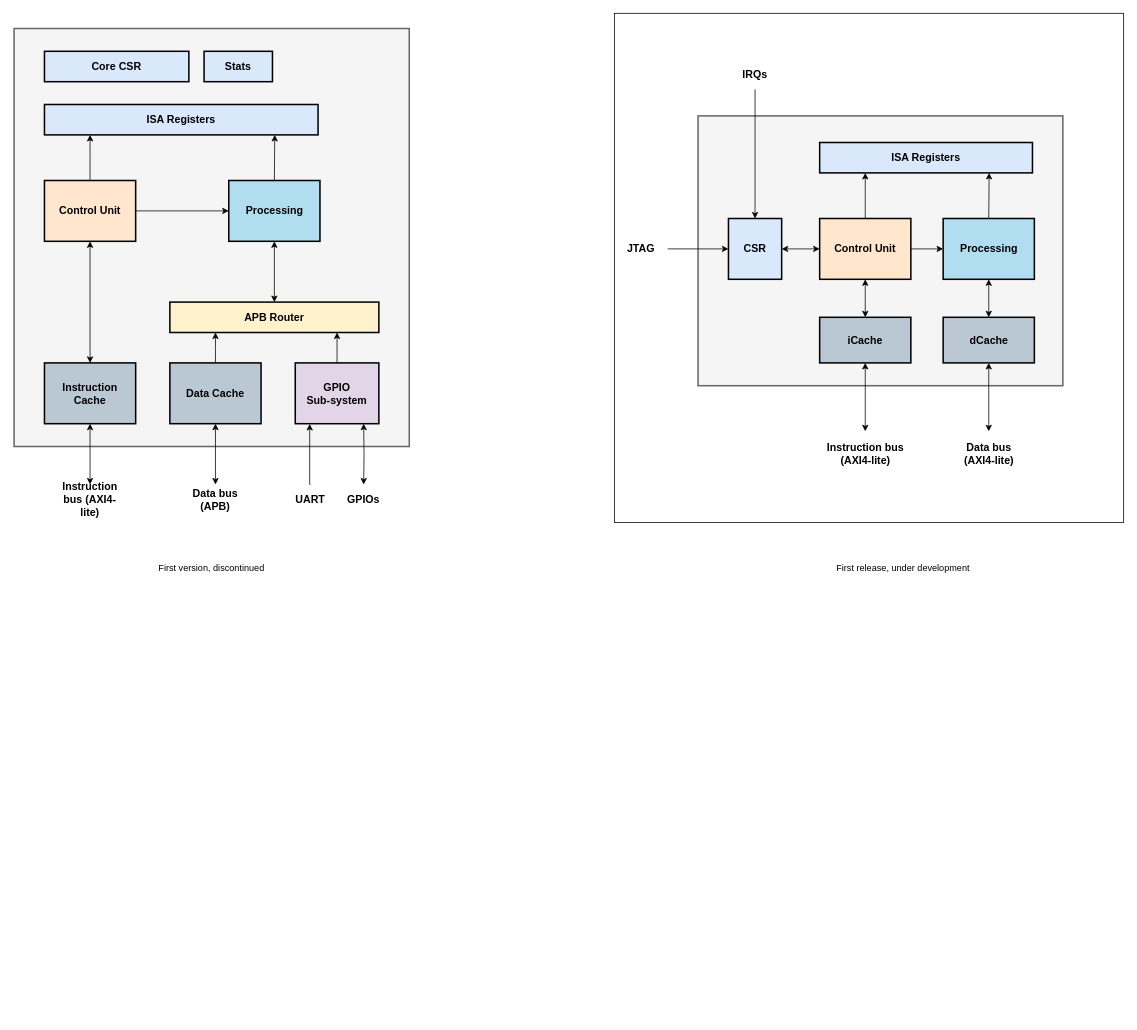
Before: page "Core/Platform" (1 of 8) of doc/friscv.drawio in dpretet/friscv, a draw.io diagram. Source tidied: cells renumbered, new cells numbered last; positions are measured from the earlier drawing's top-left corner, leaving out a move shared by most shapes. Both pictures are drawn from the tidied source at 76%, with x=0, y=0 at pixel (14, 13).
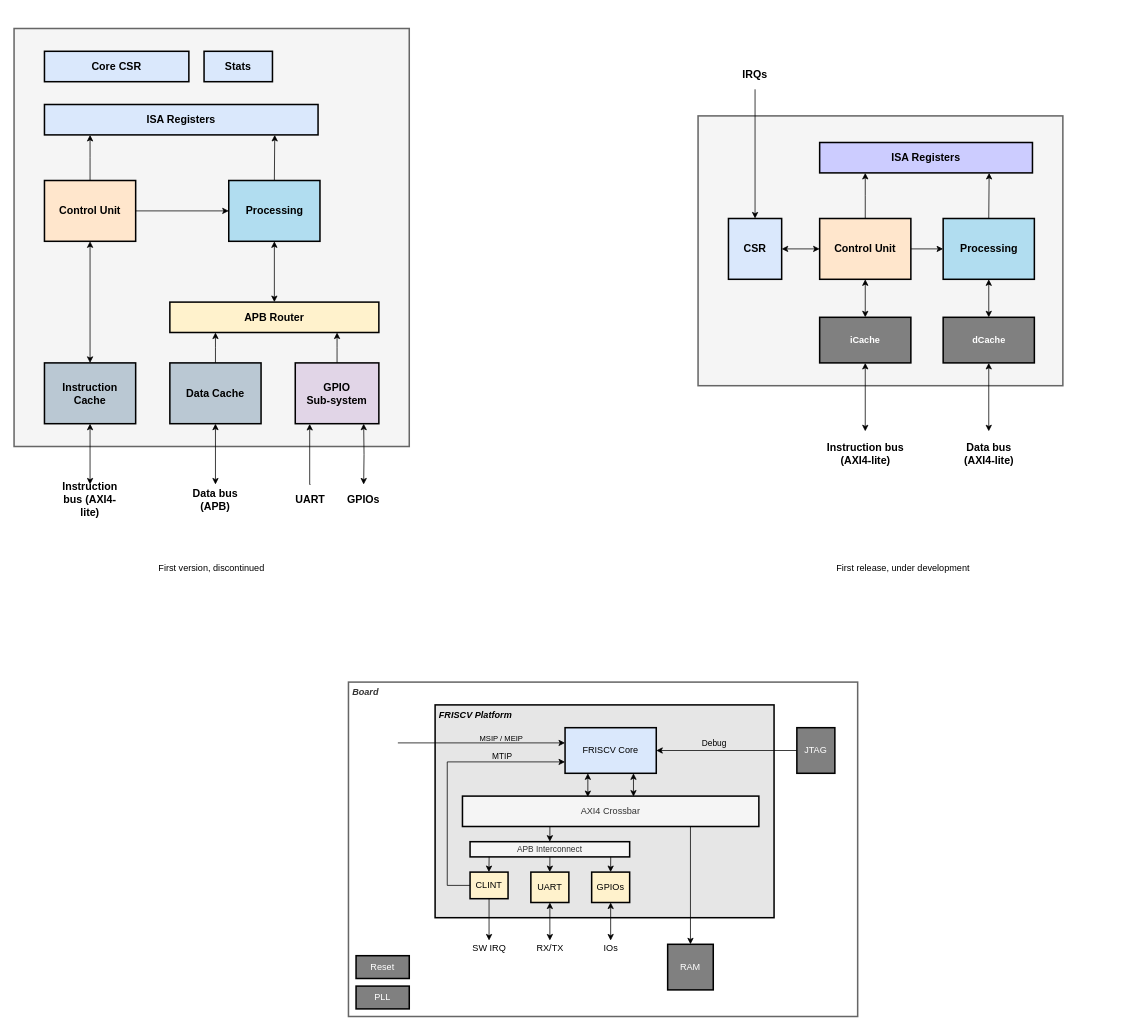
Above is the later version.

The change refers to these unchanged cells:
```xml
<mxCell id="44" value="CSR" style="rounded=0;whiteSpace=wrap;html=1;fillColor=#dae8fc;strokeWidth=2;fontSize=14;fontStyle=1;" parent="1" vertex="1">
  <mxGeometry x="940" y="270" width="70" height="80" as="geometry" />
</mxCell>
```

Change to the diagram source:
```diff
@@
-    <mxCell id="2" style="whiteSpace=wrap;html=1;" parent="1" vertex="1">
-      <mxGeometry x="790" width="670" height="670" as="geometry" />
-    </mxCell>
@@
-    <mxCell id="39" value="ISA Registers" style="rounded=0;whiteSpace=wrap;html=1;fillColor=#dae8fc;strokeWidth=2;fontSize=14;fontStyle=1;" parent="1" vertex="1">
+    <mxCell id="39" value="ISA Registers" style="rounded=0;whiteSpace=wrap;html=1;fillColor=#CCCCFF;strokeWidth=2;fontSize=14;fontStyle=1;" parent="1" vertex="1">
       <mxGeometry x="1060" y="170" width="280" height="40" as="geometry" />
     </mxCell>
@@
-    <mxCell id="42" style="edgeStyle=orthogonalEdgeStyle;rounded=0;jettySize=auto;html=1;exitX=1;exitY=0.5;exitDx=0;exitDy=0;startArrow=none;startFill=0;fontSize=14;entryX=0;entryY=0.5;entryDx=0;entryDy=0;" parent="1" edge="1" source="45" target="44">
-      <mxGeometry relative="1" as="geometry" />
-    </mxCell>
@@
-    <mxCell id="45" value="JTAG" style="text;html=1;strokeColor=none;fillColor=none;align=center;verticalAlign=middle;whiteSpace=wrap;rounded=0;fontStyle=1;fontSize=14;" parent="1" vertex="1">
-      <mxGeometry x="790" y="290" width="70" height="40" as="geometry" />
-    </mxCell>
-    <mxCell id="46" value="iCache" style="rounded=0;whiteSpace=wrap;html=1;fillColor=#bac8d3;strokeWidth=2;fontSize=14;fontStyle=1;" parent="1" vertex="1">
+    <mxCell id="46" value="iCache" style="rounded=0;whiteSpace=wrap;html=1;fillColor=#808080;strokeWidth=2;fontSize=12;fontStyle=1;fontColor=#FFFFFF;" parent="1" vertex="1">
       <mxGeometry x="1060" y="400" width="120" height="60" as="geometry" />
     </mxCell>
-    <mxCell id="47" value="dCache" style="rounded=0;whiteSpace=wrap;html=1;fillColor=#bac8d3;strokeWidth=2;fontSize=14;fontStyle=1;" parent="1" vertex="1">
+    <mxCell id="47" value="dCache" style="rounded=0;whiteSpace=wrap;html=1;fillColor=#808080;strokeWidth=2;fontSize=12;fontStyle=1;fontColor=#FFFFFF;" parent="1" vertex="1">
       <mxGeometry x="1222.5" y="400" width="120" height="60" as="geometry" />
     </mxCell>
@@
+    <mxCell id="52" value="&amp;nbsp;Board" style="rounded=0;whiteSpace=wrap;html=1;align=left;verticalAlign=top;fontStyle=3;fillColor=#FFFFFF;strokeColor=#666666;fontColor=#333333;strokeWidth=2;" parent="1" vertex="1">
+      <mxGeometry x="440" y="880" width="670" height="440" as="geometry" />
+    </mxCell>
+    <mxCell id="53" value="&amp;nbsp;FRISCV Platform" style="rounded=0;whiteSpace=wrap;html=1;align=left;verticalAlign=top;fontStyle=3;strokeWidth=2;fillColor=#E6E6E6;" parent="1" vertex="1">
+      <mxGeometry x="554" y="910" width="446" height="280" as="geometry" />
+    </mxCell>
+    <mxCell id="54" style="edgeStyle=orthogonalEdgeStyle;rounded=0;jettySize=auto;html=1;exitX=0.75;exitY=1;exitDx=0;exitDy=0;entryX=0.577;entryY=0.016;entryDx=0;entryDy=0;entryPerimeter=0;fontColor=#000000;startArrow=classic;startFill=1;" parent="1" edge="1" source="56" target="57">
+      <mxGeometry relative="1" as="geometry" />
+    </mxCell>
+    <mxCell id="55" style="edgeStyle=orthogonalEdgeStyle;rounded=0;jettySize=auto;html=1;exitX=0.25;exitY=1;exitDx=0;exitDy=0;entryX=0.423;entryY=0.033;entryDx=0;entryDy=0;entryPerimeter=0;fontColor=#000000;startArrow=classic;startFill=1;" parent="1" edge="1" source="56" target="57">
+      <mxGeometry relative="1" as="geometry" />
+    </mxCell>
+    <mxCell id="56" value="FRISCV Core" style="rounded=0;whiteSpace=wrap;html=1;strokeWidth=2;fillColor=#dae8fc;strokeColor=#000000;" parent="1" vertex="1">
+      <mxGeometry x="725" y="940" width="120" height="60" as="geometry" />
+    </mxCell>
+    <mxCell id="57" value="AXI4 Crossbar" style="rounded=0;whiteSpace=wrap;html=1;fillColor=#f5f5f5;fontColor=#333333;strokeWidth=2;" parent="1" vertex="1">
+      <mxGeometry x="590" y="1030" width="390" height="40" as="geometry" />
+    </mxCell>
+    <mxCell id="58" style="edgeStyle=orthogonalEdgeStyle;rounded=0;jettySize=auto;html=1;fontColor=#FFFFFF;exitX=0.5;exitY=1;exitDx=0;exitDy=0;" parent="1" edge="1" source="59" target="68">
+      <mxGeometry relative="1" as="geometry" />
+    </mxCell>
+    <mxCell id="59" value="CLINT" style="rounded=0;whiteSpace=wrap;html=1;fillColor=#fff2cc;strokeWidth=2;" parent="1" vertex="1">
+      <mxGeometry x="600" y="1130" width="50" height="35" as="geometry" />
+    </mxCell>
+    <mxCell id="60" value="UART" style="rounded=0;whiteSpace=wrap;html=1;fillColor=#fff2cc;strokeWidth=2;" parent="1" vertex="1">
+      <mxGeometry x="680" y="1130" width="50" height="40" as="geometry" />
+    </mxCell>
+    <mxCell id="61" style="edgeStyle=orthogonalEdgeStyle;rounded=0;jettySize=auto;html=1;exitX=0;exitY=0.5;exitDx=0;exitDy=0;entryX=0;entryY=0.75;entryDx=0;entryDy=0;fontColor=#FFFFFF;" parent="1" edge="1" source="59" target="56">
+      <mxGeometry relative="1" as="geometry">
+        <Array as="points">
+          <mxPoint x="570" y="1148" />
+          <mxPoint x="570" y="985" />
+        </Array>
+      </mxGeometry>
+    </mxCell>
+    <mxCell id="62" value="MTIP" style="edgeLabel;html=1;align=center;verticalAlign=middle;fontColor=#000000;spacing=2;labelBackgroundColor=none;" parent="61" vertex="1">
+      <mxGeometry x="0.68" y="1" relative="1" as="geometry">
+        <mxPoint x="-28" y="-7" as="offset" />
+      </mxGeometry>
+    </mxCell>
+    <mxCell id="63" value="GPIOs" style="rounded=0;whiteSpace=wrap;html=1;fillColor=#fff2cc;strokeWidth=2;" parent="1" vertex="1">
+      <mxGeometry x="760" y="1130" width="50" height="40" as="geometry" />
+    </mxCell>
+    <mxCell id="64" style="edgeStyle=orthogonalEdgeStyle;rounded=0;jettySize=auto;html=1;exitX=0.75;exitY=1;exitDx=0;exitDy=0;entryX=0.5;entryY=0;entryDx=0;entryDy=0;" parent="1" edge="1" source="57" target="65">
+      <mxGeometry relative="1" as="geometry">
+        <Array as="points">
+          <mxPoint x="890" y="1070" />
+        </Array>
+      </mxGeometry>
+    </mxCell>
+    <mxCell id="65" value="RAM" style="rounded=0;whiteSpace=wrap;html=1;fillColor=#808080;strokeWidth=2;fontColor=#FFFFFF;" parent="1" vertex="1">
+      <mxGeometry x="860" y="1225" width="60" height="60" as="geometry" />
+    </mxCell>
+    <mxCell id="66" value="PLL" style="rounded=0;whiteSpace=wrap;html=1;fillColor=#808080;strokeWidth=2;fontColor=#FFFFFF;" parent="1" vertex="1">
+      <mxGeometry x="450" y="1280" width="70" height="30" as="geometry" />
+    </mxCell>
+    <mxCell id="67" value="Reset" style="rounded=0;whiteSpace=wrap;html=1;fillColor=#808080;strokeWidth=2;fontColor=#FFFFFF;" parent="1" vertex="1">
+      <mxGeometry x="450" y="1240" width="70" height="30" as="geometry" />
+    </mxCell>
+    <mxCell id="68" value="SW IRQ" style="text;html=1;strokeColor=none;fillColor=none;align=center;verticalAlign=middle;whiteSpace=wrap;rounded=0;" parent="1" vertex="1">
+      <mxGeometry x="597.5" y="1220" width="55" height="20" as="geometry" />
+    </mxCell>
+    <mxCell id="69" style="edgeStyle=orthogonalEdgeStyle;rounded=0;jettySize=auto;html=1;fontColor=#000000;entryX=1;entryY=0.5;entryDx=0;entryDy=0;" parent="1" edge="1" source="45" target="56">
+      <mxGeometry relative="1" as="geometry" />
+    </mxCell>
+    <mxCell id="70" value="Debug" style="edgeLabel;html=1;align=center;verticalAlign=middle;fontColor=#000000;labelBackgroundColor=none;" parent="69" vertex="1">
+      <mxGeometry x="0.21" y="1" relative="1" as="geometry">
+        <mxPoint x="2" y="-11" as="offset" />
+      </mxGeometry>
+    </mxCell>
+    <mxCell id="45" value="JTAG" style="rounded=0;whiteSpace=wrap;html=1;fillColor=#808080;strokeWidth=2;fontColor=#FFFFFF;strokeColor=default;" parent="1" vertex="1">
+      <mxGeometry x="1030" y="940" width="50" height="60" as="geometry" />
+    </mxCell>
+    <mxCell id="71" style="edgeStyle=orthogonalEdgeStyle;rounded=0;jettySize=auto;html=1;exitX=0.5;exitY=0;exitDx=0;exitDy=0;entryX=0.5;entryY=1;entryDx=0;entryDy=0;fontColor=#000000;startArrow=classic;startFill=1;" parent="1" edge="1" source="72" target="60">
+      <mxGeometry relative="1" as="geometry" />
+    </mxCell>
+    <mxCell id="72" value="RX/TX" style="text;html=1;strokeColor=none;fillColor=none;align=center;verticalAlign=middle;whiteSpace=wrap;rounded=0;" parent="1" vertex="1">
+      <mxGeometry x="677.5" y="1220" width="55" height="20" as="geometry" />
+    </mxCell>
+    <mxCell id="73" style="edgeStyle=orthogonalEdgeStyle;rounded=0;jettySize=auto;html=1;exitX=0.5;exitY=0;exitDx=0;exitDy=0;fontColor=#000000;startArrow=classic;startFill=1;" parent="1" edge="1" source="74" target="63">
+      <mxGeometry relative="1" as="geometry" />
+    </mxCell>
+    <mxCell id="74" value="IOs" style="text;html=1;strokeColor=none;fillColor=none;align=center;verticalAlign=middle;whiteSpace=wrap;rounded=0;" parent="1" vertex="1">
+      <mxGeometry x="757.5" y="1220" width="55" height="20" as="geometry" />
+    </mxCell>
+    <mxCell id="75" style="edgeStyle=orthogonalEdgeStyle;rounded=0;jettySize=auto;html=1;exitX=0.295;exitY=0.984;exitDx=0;exitDy=0;startArrow=none;startFill=0;entryX=0.5;entryY=0;entryDx=0;entryDy=0;exitPerimeter=0;" parent="1" edge="1" source="57" target="76">
+      <mxGeometry relative="1" as="geometry" />
+    </mxCell>
+    <mxCell id="76" value="APB Interconnect" style="rounded=0;whiteSpace=wrap;html=1;fillColor=#f5f5f5;fontColor=#333333;strokeWidth=2;fontSize=11;" parent="1" vertex="1">
+      <mxGeometry x="600" y="1090" width="210" height="20" as="geometry" />
+    </mxCell>
+    <mxCell id="77" style="edgeStyle=orthogonalEdgeStyle;rounded=0;orthogonalLoop=1;jettySize=auto;html=1;exitX=0.5;exitY=0;exitDx=0;exitDy=0;startArrow=none;startFill=0;entryX=0.5;entryY=0;entryDx=0;entryDy=0;" parent="1" edge="1">
+      <mxGeometry relative="1" as="geometry">
+        <mxPoint x="705.1" y="1110" as="sourcePoint" />
+        <mxPoint x="704.9" y="1130" as="targetPoint" />
+      </mxGeometry>
+    </mxCell>
+    <mxCell id="78" style="edgeStyle=orthogonalEdgeStyle;rounded=0;orthogonalLoop=1;jettySize=auto;html=1;exitX=0.5;exitY=0;exitDx=0;exitDy=0;startArrow=none;startFill=0;entryX=0.5;entryY=0;entryDx=0;entryDy=0;" parent="1" edge="1">
+      <mxGeometry relative="1" as="geometry">
+        <mxPoint x="785.1" y="1110" as="sourcePoint" />
+        <mxPoint x="784.9" y="1130" as="targetPoint" />
+      </mxGeometry>
+    </mxCell>
+    <mxCell id="79" style="edgeStyle=orthogonalEdgeStyle;rounded=0;orthogonalLoop=1;jettySize=auto;html=1;exitX=0.5;exitY=0;exitDx=0;exitDy=0;startArrow=none;startFill=0;entryX=0.5;entryY=0;entryDx=0;entryDy=0;" parent="1" edge="1">
+      <mxGeometry relative="1" as="geometry">
+        <mxPoint x="625.1" y="1110" as="sourcePoint" />
+        <mxPoint x="624.8" y="1130" as="targetPoint" />
+      </mxGeometry>
+    </mxCell>
+    <mxCell id="80" style="endArrow=classic;html=1;rounded=0;fontSize=14;fontColor=#000000;endSize=6;strokeColor=#000000;" parent="1" edge="1">
+      <mxGeometry relative="1" as="geometry">
+        <mxPoint x="505" y="960" as="sourcePoint" />
+        <mxPoint x="725" y="960" as="targetPoint" />
+      </mxGeometry>
+    </mxCell>
+    <mxCell id="81" value="MSIP / MEIP" style="edgeLabel;html=1;align=center;verticalAlign=middle;fontSize=10;fontColor=#000000;labelBackgroundColor=none;" parent="80" vertex="1">
+      <mxGeometry x="-0.76" y="-2" relative="1" as="geometry">
+        <mxPoint x="109" y="-9" as="offset" />
+      </mxGeometry>
+    </mxCell>
```
